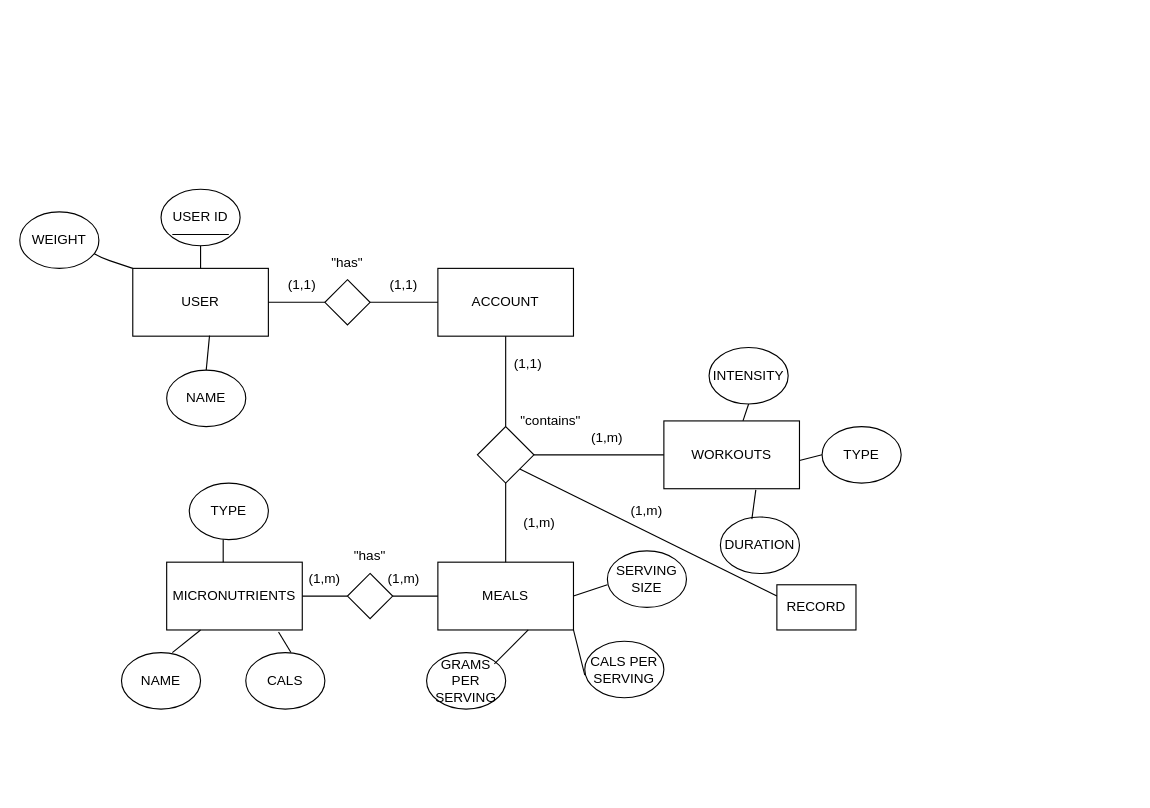
PhippsDev/CSCI-466-ASSN-2 keeps this draw.io diagram as page "Page-1" (1 of 2) of Untitled Diagram.drawio. Above is the earlier version. Source tidied: cells renumbered, new cells numbered last; positions are measured from the earlier drawing's top-left corner, leaving out a move shared by most shapes. Both pictures are drawn from the tidied source at 113%, with x=0, y=0 at pixel (19, 189).
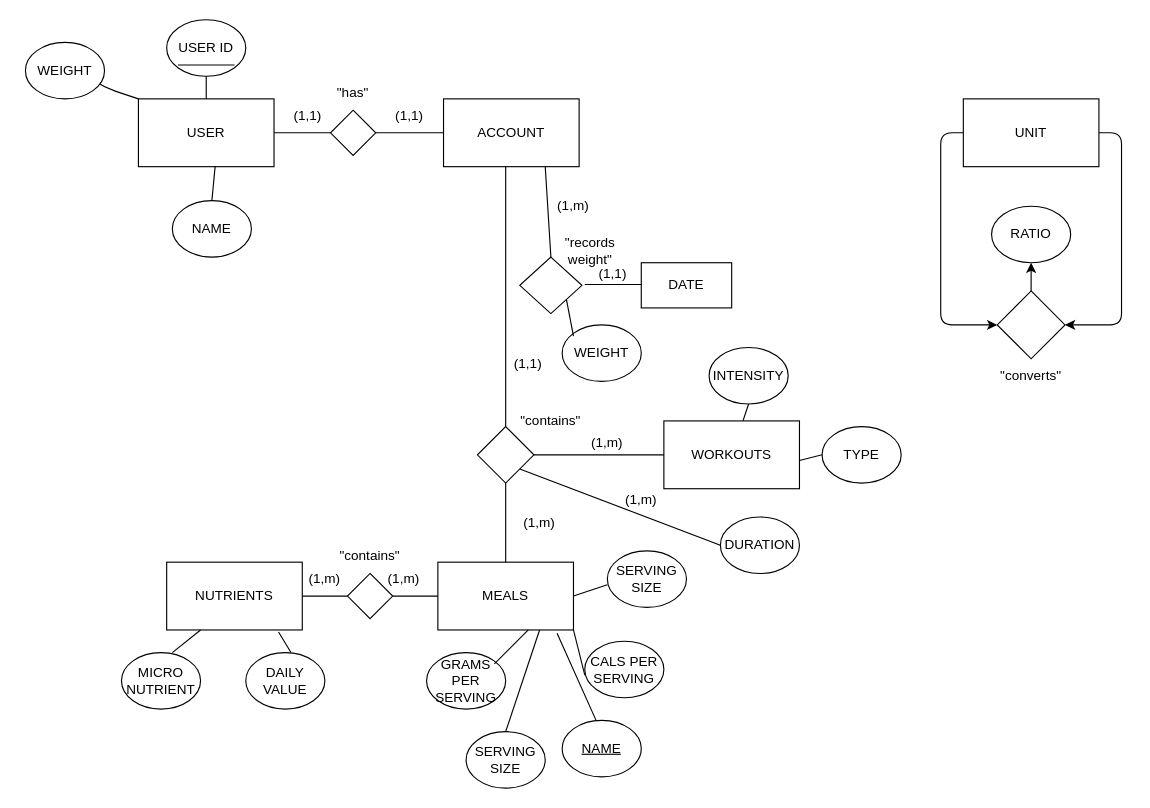
The same page after the edit.

Unchanged cells that the change refers to:
```xml
<mxCell id="8" value="WORKOUTS" style="rounded=0;whiteSpace=wrap;html=1;" parent="1" vertex="1">
  <mxGeometry x="570" y="205" width="120" height="60" as="geometry" />
</mxCell>
<mxCell id="9" value="MEALS" style="rounded=0;whiteSpace=wrap;html=1;" parent="1" vertex="1">
  <mxGeometry x="370" y="330" width="120" height="60" as="geometry" />
</mxCell>
<mxCell id="10" style="rhombus;whiteSpace=wrap;html=1;" parent="1" vertex="1">
  <mxGeometry x="405" y="210" width="50" height="50" as="geometry" />
</mxCell>
<mxCell id="34" value="DURATION" style="ellipse;whiteSpace=wrap;html=1;" parent="1" vertex="1">
  <mxGeometry x="620" y="290" width="70" height="50" as="geometry" />
</mxCell>
```

Diff of the diagram source:
```diff
@@
     <mxCell id="2" value="USER" style="rounded=0;whiteSpace=wrap;html=1;" parent="1" vertex="1">
-      <mxGeometry x="100" y="70" width="120" height="60" as="geometry" />
+      <mxGeometry x="105" y="-80" width="120" height="60" as="geometry" />
     </mxCell>
     <mxCell id="3" value="ACCOUNT" style="whiteSpace=wrap;html=1;" parent="1" vertex="1">
-      <mxGeometry x="370" y="70" width="120" height="60" as="geometry" />
+      <mxGeometry x="375" y="-80" width="120" height="60" as="geometry" />
     </mxCell>
     <mxCell id="4" style="rhombus;whiteSpace=wrap;html=1;" parent="1" vertex="1">
-      <mxGeometry x="270" y="80" width="40" height="40" as="geometry" />
+      <mxGeometry x="275" y="-70" width="40" height="40" as="geometry" />
     </mxCell>
     <mxCell id="5" style="endArrow=none;html=1;entryX=0;entryY=0.5;entryDx=0;entryDy=0;" parent="1" edge="1" target="3">
       <mxGeometry relative="1" as="geometry">
-        <mxPoint x="310" y="100" as="sourcePoint" />
+        <mxPoint x="315" y="-50" as="sourcePoint" />
       </mxGeometry>
     </mxCell>
     <mxCell id="6" style="endArrow=none;html=1;exitX=1;exitY=0.5;exitDx=0;exitDy=0;" parent="1" edge="1" source="2">
       <mxGeometry relative="1" as="geometry">
-        <mxPoint x="270" y="100" as="targetPoint" />
+        <mxPoint x="275" y="-50" as="targetPoint" />
       </mxGeometry>
     </mxCell>
     <mxCell id="7" value="&quot;has&quot;" style="text;html=1;strokeColor=none;fillColor=none;align=center;verticalAlign=middle;whiteSpace=wrap;rounded=0;" parent="1" vertex="1">
-      <mxGeometry x="260" y="50" width="60" height="30" as="geometry" />
+      <mxGeometry x="265" y="-100" width="60" height="30" as="geometry" />
     </mxCell>
@@
     <mxCell id="11" style="endArrow=none;html=1;exitX=0.5;exitY=0;exitDx=0;exitDy=0;" parent="1" edge="1" source="10">
       <mxGeometry relative="1" as="geometry">
-        <mxPoint x="430" y="130" as="targetPoint" />
+        <mxPoint x="430" y="-20" as="targetPoint" />
       </mxGeometry>
     </mxCell>
@@
     <mxCell id="17" style="endArrow=none;html=1;exitX=0;exitY=0;exitDx=0;exitDy=0;" parent="1" edge="1" source="2">
       <mxGeometry relative="1" as="geometry">
-        <mxPoint x="40" y="40" as="targetPoint" />
+        <mxPoint x="45" y="-110" as="targetPoint" />
         <Array as="points">
-          <mxPoint x="70" y="60" />
+          <mxPoint x="75" y="-90" />
         </Array>
       </mxGeometry>
     </mxCell>
@@
-    <mxCell id="24" value="MICRONUTRIENTS" style="rounded=0;whiteSpace=wrap;html=1;" parent="1" vertex="1">
+    <mxCell id="24" value="NUTRIENTS" style="rounded=0;whiteSpace=wrap;html=1;" parent="1" vertex="1">
       <mxGeometry x="130" y="330" width="120" height="60" as="geometry" />
     </mxCell>
@@
-    <mxCell id="26" value="&quot;has&quot;" style="text;html=1;strokeColor=none;fillColor=none;align=center;verticalAlign=middle;whiteSpace=wrap;rounded=0;" parent="1" vertex="1">
+    <mxCell id="26" value="&quot;contains&quot;" style="text;html=1;strokeColor=none;fillColor=none;align=center;verticalAlign=middle;whiteSpace=wrap;rounded=0;" parent="1" vertex="1">
       <mxGeometry x="280" y="310" width="60" height="30" as="geometry" />
     </mxCell>
-    <mxCell id="27" value="TYPE" style="ellipse;whiteSpace=wrap;html=1;" parent="1" vertex="1">
-      <mxGeometry x="150" y="260" width="70" height="50" as="geometry" />
-    </mxCell>
-    <mxCell id="28" value="CALS" style="ellipse;whiteSpace=wrap;html=1;" parent="1" vertex="1">
+    <mxCell id="28" value="DAILY VALUE" style="ellipse;whiteSpace=wrap;html=1;" parent="1" vertex="1">
       <mxGeometry x="200" y="410" width="70" height="50" as="geometry" />
     </mxCell>
-    <mxCell id="29" value="NAME" style="ellipse;whiteSpace=wrap;html=1;" parent="1" vertex="1">
+    <mxCell id="29" value="MICRO NUTRIENT" style="ellipse;whiteSpace=wrap;html=1;" parent="1" vertex="1">
       <mxGeometry x="90" y="410" width="70" height="50" as="geometry" />
     </mxCell>
@@
-    <mxCell id="31" style="endArrow=none;html=1;entryX=0.417;entryY=0;entryDx=0;entryDy=0;entryPerimeter=0;" parent="1" edge="1" target="24">
-      <mxGeometry relative="1" as="geometry">
-        <mxPoint x="180" y="310" as="sourcePoint" />
-      </mxGeometry>
-    </mxCell>
@@
-    <mxCell id="38" style="endArrow=none;html=1;entryX=0.678;entryY=1.017;entryDx=0;entryDy=0;entryPerimeter=0;exitX=0.398;exitY=0.038;exitDx=0;exitDy=0;exitPerimeter=0;" parent="1" edge="1" source="34" target="8">
-      <mxGeometry relative="1" as="geometry" />
-    </mxCell>
-    <mxCell id="39" value="RECORD" style="rounded=0;whiteSpace=wrap;html=1;" parent="1" vertex="1">
-      <mxGeometry x="670" y="350" width="70" height="40" as="geometry" />
-    </mxCell>
-    <mxCell id="40" style="endArrow=none;html=1;entryX=1;entryY=1;entryDx=0;entryDy=0;exitX=0;exitY=0.25;exitDx=0;exitDy=0;" parent="1" edge="1" source="39" target="10">
-      <mxGeometry relative="1" as="geometry" />
-    </mxCell>
     <mxCell id="41" value="NAME" style="ellipse;whiteSpace=wrap;html=1;" parent="1" vertex="1">
-      <mxGeometry x="130" y="160" width="70" height="50" as="geometry" />
+      <mxGeometry x="135" y="10" width="70" height="50" as="geometry" />
     </mxCell>
     <mxCell id="42" value="WEIGHT" style="ellipse;whiteSpace=wrap;html=1;" parent="1" vertex="1">
-      <mxGeometry y="20" width="70" height="50" as="geometry" />
+      <mxGeometry x="5" y="-130" width="70" height="50" as="geometry" />
     </mxCell>
     <mxCell id="43" value="USER ID" style="ellipse;whiteSpace=wrap;html=1;" parent="1" vertex="1">
-      <mxGeometry x="125" width="70" height="50" as="geometry" />
+      <mxGeometry x="130" y="-150" width="70" height="50" as="geometry" />
     </mxCell>
     <mxCell id="44" style="endArrow=none;html=1;entryX=0.5;entryY=1;entryDx=0;entryDy=0;" parent="1" edge="1" target="43">
       <mxGeometry relative="1" as="geometry">
-        <mxPoint x="160" y="70" as="sourcePoint" />
+        <mxPoint x="165" y="-80" as="sourcePoint" />
       </mxGeometry>
     </mxCell>
     <mxCell id="45" style="endArrow=none;html=1;entryX=0.566;entryY=0.992;entryDx=0;entryDy=0;entryPerimeter=0;" parent="1" edge="1" target="2">
       <mxGeometry relative="1" as="geometry">
-        <mxPoint x="165" y="160" as="sourcePoint" />
+        <mxPoint x="170" y="10" as="sourcePoint" />
       </mxGeometry>
     </mxCell>
     <mxCell id="46" style="endArrow=none;html=1;" parent="1" edge="1">
       <mxGeometry relative="1" as="geometry">
-        <mxPoint x="135" y="40" as="sourcePoint" />
-        <mxPoint x="185" y="40" as="targetPoint" />
+        <mxPoint x="140" y="-110" as="sourcePoint" />
+        <mxPoint x="190" y="-110" as="targetPoint" />
       </mxGeometry>
     </mxCell>
     <mxCell id="47" value="(1,1)" style="text;html=1;strokeColor=none;fillColor=none;align=center;verticalAlign=middle;whiteSpace=wrap;rounded=0;" parent="1" vertex="1">
-      <mxGeometry x="220" y="70" width="60" height="30" as="geometry" />
+      <mxGeometry x="225" y="-80" width="60" height="30" as="geometry" />
     </mxCell>
     <mxCell id="48" value="(1,1)" style="text;html=1;strokeColor=none;fillColor=none;align=center;verticalAlign=middle;whiteSpace=wrap;rounded=0;" parent="1" vertex="1">
-      <mxGeometry x="310" y="70" width="60" height="30" as="geometry" />
+      <mxGeometry x="315" y="-80" width="60" height="30" as="geometry" />
     </mxCell>
@@
-    <mxCell id="51" value="(1,m)" style="text;html=1;strokeColor=none;fillColor=none;align=center;verticalAlign=middle;whiteSpace=wrap;rounded=0;" parent="1" vertex="1">
-      <mxGeometry x="525" y="270" width="60" height="30" as="geometry" />
-    </mxCell>
     <mxCell id="52" value="(1,m)" style="text;html=1;strokeColor=none;fillColor=none;align=center;verticalAlign=middle;whiteSpace=wrap;rounded=0;" parent="1" vertex="1">
-      <mxGeometry x="490" y="205" width="60" height="30" as="geometry" />
+      <mxGeometry x="460" width="60" height="30" as="geometry" />
     </mxCell>
@@
+    <mxCell id="55" style="rhombus;whiteSpace=wrap;html=1;" parent="1" vertex="1">
+      <mxGeometry x="442.5" y="60" width="55" height="50" as="geometry" />
+    </mxCell>
+    <mxCell id="56" style="endArrow=none;html=1;entryX=0.75;entryY=1;entryDx=0;entryDy=0;" parent="1" edge="1" target="3">
+      <mxGeometry relative="1" as="geometry">
+        <mxPoint x="470" y="60" as="sourcePoint" />
+      </mxGeometry>
+    </mxCell>
+    <mxCell id="57" value="&quot;records weight&quot;" style="text;html=1;strokeColor=none;fillColor=none;align=center;verticalAlign=middle;whiteSpace=wrap;rounded=0;" parent="1" vertex="1">
+      <mxGeometry x="475" y="40" width="60" height="30" as="geometry" />
+    </mxCell>
+    <mxCell id="58" value="DATE" style="rounded=0;whiteSpace=wrap;html=1;" parent="1" vertex="1">
+      <mxGeometry x="550" y="65" width="80" height="40" as="geometry" />
+    </mxCell>
+    <mxCell id="59" value="WEIGHT" style="ellipse;whiteSpace=wrap;html=1;" parent="1" vertex="1">
+      <mxGeometry x="480" y="120" width="70" height="50" as="geometry" />
+    </mxCell>
+    <mxCell id="60" style="endArrow=none;html=1;entryX=1;entryY=1;entryDx=0;entryDy=0;" parent="1" edge="1" target="55">
+      <mxGeometry relative="1" as="geometry">
+        <mxPoint x="490" y="130" as="sourcePoint" />
+      </mxGeometry>
+    </mxCell>
+    <mxCell id="61" style="endArrow=none;html=1;" parent="1" edge="1">
+      <mxGeometry relative="1" as="geometry">
+        <mxPoint x="500" y="84.3" as="sourcePoint" />
+        <mxPoint x="550" y="84.3" as="targetPoint" />
+      </mxGeometry>
+    </mxCell>
+    <mxCell id="62" style="endArrow=none;html=1;entryX=0;entryY=0.5;entryDx=0;entryDy=0;exitX=1;exitY=1;exitDx=0;exitDy=0;" parent="1" edge="1" source="10" target="34">
+      <mxGeometry relative="1" as="geometry" />
+    </mxCell>
+    <mxCell id="63" value="&lt;u&gt;NAME&lt;/u&gt;" style="ellipse;whiteSpace=wrap;html=1;" parent="1" vertex="1">
+      <mxGeometry x="480" y="470" width="70" height="50" as="geometry" />
+    </mxCell>
+    <mxCell id="64" value="SERVING SIZE" style="ellipse;whiteSpace=wrap;html=1;" parent="1" vertex="1">
+      <mxGeometry x="395" y="480" width="70" height="50" as="geometry" />
+    </mxCell>
+    <mxCell id="65" style="endArrow=none;html=1;entryX=0.879;entryY=1.048;entryDx=0;entryDy=0;entryPerimeter=0;" parent="1" edge="1" target="9">
+      <mxGeometry relative="1" as="geometry">
+        <mxPoint x="510" y="470" as="sourcePoint" />
+      </mxGeometry>
+    </mxCell>
+    <mxCell id="66" style="endArrow=none;html=1;entryX=0.75;entryY=1;entryDx=0;entryDy=0;" parent="1" edge="1" target="9">
+      <mxGeometry relative="1" as="geometry">
+        <mxPoint x="430" y="480" as="sourcePoint" />
+      </mxGeometry>
+    </mxCell>
+    <mxCell id="67" value="(1,m)" style="text;html=1;strokeColor=none;fillColor=none;align=center;verticalAlign=middle;whiteSpace=wrap;rounded=0;" parent="1" vertex="1">
+      <mxGeometry x="490" y="210" width="60" height="30" as="geometry" />
+    </mxCell>
+    <mxCell id="68" value="(1,m)" style="text;html=1;strokeColor=none;fillColor=none;align=center;verticalAlign=middle;whiteSpace=wrap;rounded=0;" parent="1" vertex="1">
+      <mxGeometry x="520" y="260" width="60" height="30" as="geometry" />
+    </mxCell>
+    <mxCell id="69" value="(1,1)" style="text;html=1;strokeColor=none;fillColor=none;align=center;verticalAlign=middle;whiteSpace=wrap;rounded=0;" parent="1" vertex="1">
+      <mxGeometry x="495" y="60" width="60" height="30" as="geometry" />
+    </mxCell>
+    <mxCell id="70" style="edgeStyle=orthogonalEdgeStyle;jettySize=auto;html=1;exitX=0;exitY=0.5;exitDx=0;exitDy=0;entryX=0;entryY=0.5;entryDx=0;entryDy=0;" parent="1" edge="1" source="72" target="74">
+      <mxGeometry relative="1" as="geometry" />
+    </mxCell>
+    <mxCell id="71" style="edgeStyle=orthogonalEdgeStyle;jettySize=auto;html=1;exitX=1;exitY=0.5;exitDx=0;exitDy=0;entryX=1;entryY=0.5;entryDx=0;entryDy=0;" parent="1" edge="1" source="72" target="74">
+      <mxGeometry relative="1" as="geometry" />
+    </mxCell>
+    <mxCell id="72" value="UNIT" style="rounded=0;whiteSpace=wrap;html=1;" parent="1" vertex="1">
+      <mxGeometry x="835" y="-80" width="120" height="60" as="geometry" />
+    </mxCell>
+    <mxCell id="73" style="edgeStyle=orthogonalEdgeStyle;jettySize=auto;html=1;exitX=0.5;exitY=0;exitDx=0;exitDy=0;entryX=0.5;entryY=1;entryDx=0;entryDy=0;" parent="1" edge="1" source="74" target="75">
+      <mxGeometry relative="1" as="geometry" />
+    </mxCell>
+    <mxCell id="74" style="rhombus;whiteSpace=wrap;html=1;" parent="1" vertex="1">
+      <mxGeometry x="865" y="90" width="60" height="60" as="geometry" />
+    </mxCell>
+    <mxCell id="75" value="RATIO" style="ellipse;whiteSpace=wrap;html=1;" parent="1" vertex="1">
+      <mxGeometry x="860" y="15" width="70" height="50" as="geometry" />
+    </mxCell>
+    <mxCell id="76" value="&quot;converts&quot;" style="text;html=1;strokeColor=none;fillColor=none;align=center;verticalAlign=middle;whiteSpace=wrap;rounded=0;" parent="1" vertex="1">
+      <mxGeometry x="865" y="150" width="60" height="30" as="geometry" />
+    </mxCell>
```
